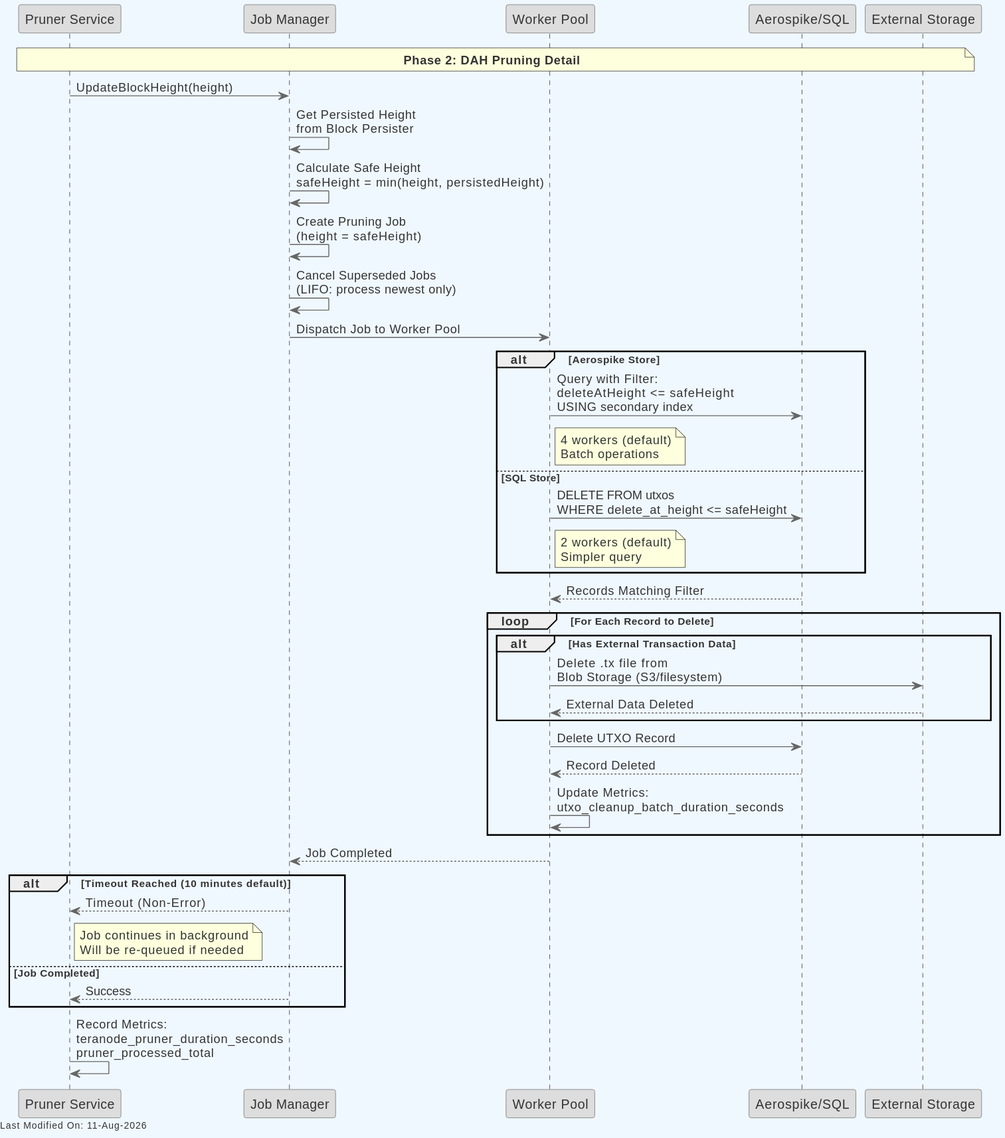
icellan/teranode keeps this PlantUML diagram as docs/topics/services/img/plantuml/pruner/pruner_dah_pruning.svg. Above is the earlier version.
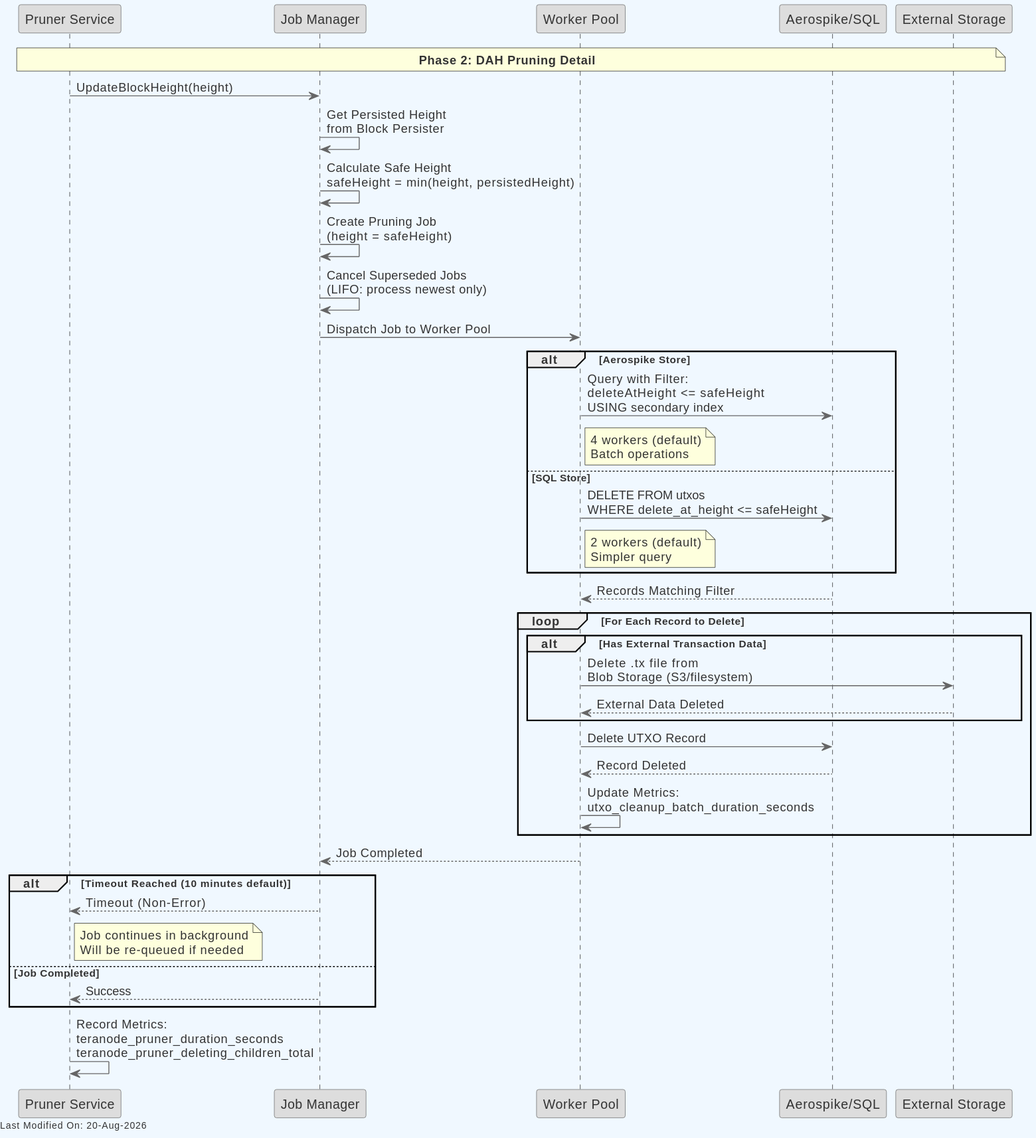
After the change.

Diff of the diagram source:
```diff
@@ -59,7 +59,7 @@
     JobManager --> Pruner: Success
 end
 
-Pruner -> Pruner: Record Metrics:\nteranode_pruner_duration_seconds\npruner_processed_total
+Pruner -> Pruner: Record Metrics:\nteranode_pruner_duration_seconds\nteranode_pruner_deleting_children_total
 
 left footer Last Modified On: %date("dd-MMM-yyyy")
 @enduml
```
